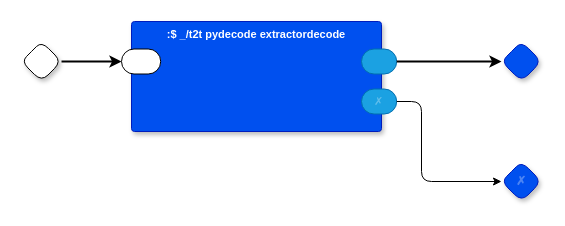
Before: page "Decode for Python" (6 of 10) of kernel/extractor.drawio in guitarvydas/pbp, a draw.io diagram. Source tidied: cells renumbered, new cells numbered last; positions are measured from the earlier drawing's top-left corner, leaving out a move shared by most shapes. Both pictures are drawn from the tidied source at 100%, with x=0, y=0 at pixel (21, 21).
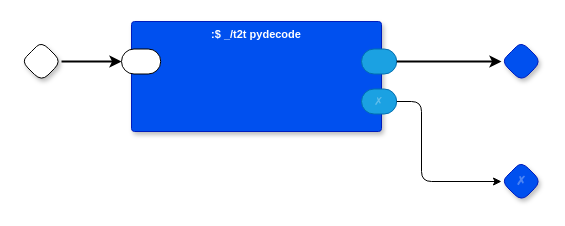
After the change.

What changed in the source:
```diff
@@
 <mxGraphModel>
   <root>
     <mxCell id="0" />
     <mxCell id="1" parent="0" />
     <mxCell id="2" style="rhombus;whiteSpace=wrap;html=1;rounded=1;fontStyle=1;glass=0;sketch=0;fontSize=12;points=[[0,0.5,0,0,0],[0.5,0,0,0,0],[0.5,1,0,0,0],[1,0.5,0,0,0]];shadow=1;fontFamily=Helvetica;fontColor=default;" parent="1" vertex="1">
       <mxGeometry y="20" width="40" height="40" as="geometry" />
     </mxCell>
     <mxCell id="3" style="rhombus;whiteSpace=wrap;html=1;rounded=1;fontStyle=1;glass=0;sketch=0;fontSize=12;points=[[0,0.5,0,0,0],[0.5,0,0,0,0],[0.5,1,0,0,0],[1,0.5,0,0,0]];shadow=1;fillColor=#0050ef;fontColor=#ffffff;strokeColor=#001DBC;fontFamily=Helvetica;" parent="1" vertex="1">
       <mxGeometry x="480" y="20" width="40" height="40" as="geometry" />
     </mxCell>
     <mxCell id="4" value="✗" style="rhombus;whiteSpace=wrap;html=1;rounded=1;fillColor=#0050ef;fontColor=#ffffff;strokeColor=#001DBC;fontStyle=1;glass=0;sketch=0;fontSize=12;points=[[0,0.5,0,0,0],[0.5,0,0,0,0],[0.5,1,0,0,0],[1,0.5,0,0,0]];shadow=1;textOpacity=30;" parent="1" vertex="1">
       <mxGeometry x="480" y="140" width="40" height="40" as="geometry" />
     </mxCell>
-    <mxCell id="5" value=":$ _/t2t pydecode extractordecode" style="rounded=1;sketch=0;verticalAlign=top;arcSize=6;fontStyle=1;absoluteArcSize=1;shadow=1;strokeColor=#001DBC;fillColor=#0050ef;fontColor=#ffffff;fontFamily=Helvetica;fontSize=11;" parent="1" vertex="1">
+    <mxCell id="5" value=":$ _/t2t pydecode" style="rounded=1;sketch=0;verticalAlign=top;arcSize=6;fontStyle=1;absoluteArcSize=1;shadow=1;strokeColor=#001DBC;fillColor=#0050ef;fontColor=#ffffff;fontFamily=Helvetica;fontSize=11;" parent="1" vertex="1">
       <mxGeometry x="110" width="250" height="110" as="geometry" />
     </mxCell>
     <mxCell id="6" style="rounded=1;whiteSpace=wrap;html=1;sketch=0;points=[[0,0.5,0,0,0],[1,0.5,0,0,0]];arcSize=50;fontFamily=Helvetica;fontSize=11;fontColor=default;" parent="5" vertex="1">
       <mxGeometry x="-10" y="27.5" width="39.2" height="25" as="geometry" />
     </mxCell>
     <mxCell id="7" style="rounded=1;whiteSpace=wrap;html=1;sketch=0;points=[[0,0.5,0,0,0],[1,0.5,0,0,0]];fillColor=#1ba1e2;fontColor=#ffffff;strokeColor=#006EAF;arcSize=50;fontFamily=Helvetica;fontSize=11;" parent="5" vertex="1">
       <mxGeometry x="230" y="27.5" width="35.2" height="25" as="geometry" />
     </mxCell>
     <mxCell id="8" value="✗" style="rounded=1;whiteSpace=wrap;html=1;sketch=0;points=[[0,0.5,0,0,0],[1,0.5,0,0,0]];fillColor=#1ba1e2;fontColor=#ffffff;strokeColor=#006EAF;arcSize=50;fontFamily=Helvetica;fontSize=11;textOpacity=30;" parent="5" vertex="1">
       <mxGeometry x="230" y="67.5" width="35.2" height="25" as="geometry" />
     </mxCell>
     <mxCell id="9" style="edgeStyle=orthogonalEdgeStyle;rounded=0;jettySize=auto;html=1;exitX=1;exitY=0.5;exitDx=0;exitDy=0;exitPerimeter=0;entryX=0;entryY=0.5;entryDx=0;entryDy=0;entryPerimeter=0;strokeWidth=2;" parent="1" edge="1" source="2" target="6">
       <mxGeometry relative="1" as="geometry" />
     </mxCell>
     <mxCell id="10" style="edgeStyle=orthogonalEdgeStyle;rounded=0;jettySize=auto;html=1;exitX=1;exitY=0.5;exitDx=0;exitDy=0;exitPerimeter=0;strokeWidth=2;entryX=0;entryY=0.5;entryDx=0;entryDy=0;entryPerimeter=0;" parent="1" edge="1" source="7" target="3">
       <mxGeometry relative="1" as="geometry" />
     </mxCell>
     <mxCell id="11" style="edgeStyle=orthogonalEdgeStyle;rounded=1;jettySize=auto;html=1;exitX=1;exitY=0.5;exitDx=0;exitDy=0;exitPerimeter=0;entryX=0;entryY=0.5;entryDx=0;entryDy=0;entryPerimeter=0;curved=0;" parent="1" edge="1" source="8" target="4">
       <mxGeometry relative="1" as="geometry">
         <Array as="points">
           <mxPoint x="400" y="80" />
           <mxPoint x="400" y="160" />
         </Array>
       </mxGeometry>
     </mxCell>
   </root>
 </mxGraphModel>
```
